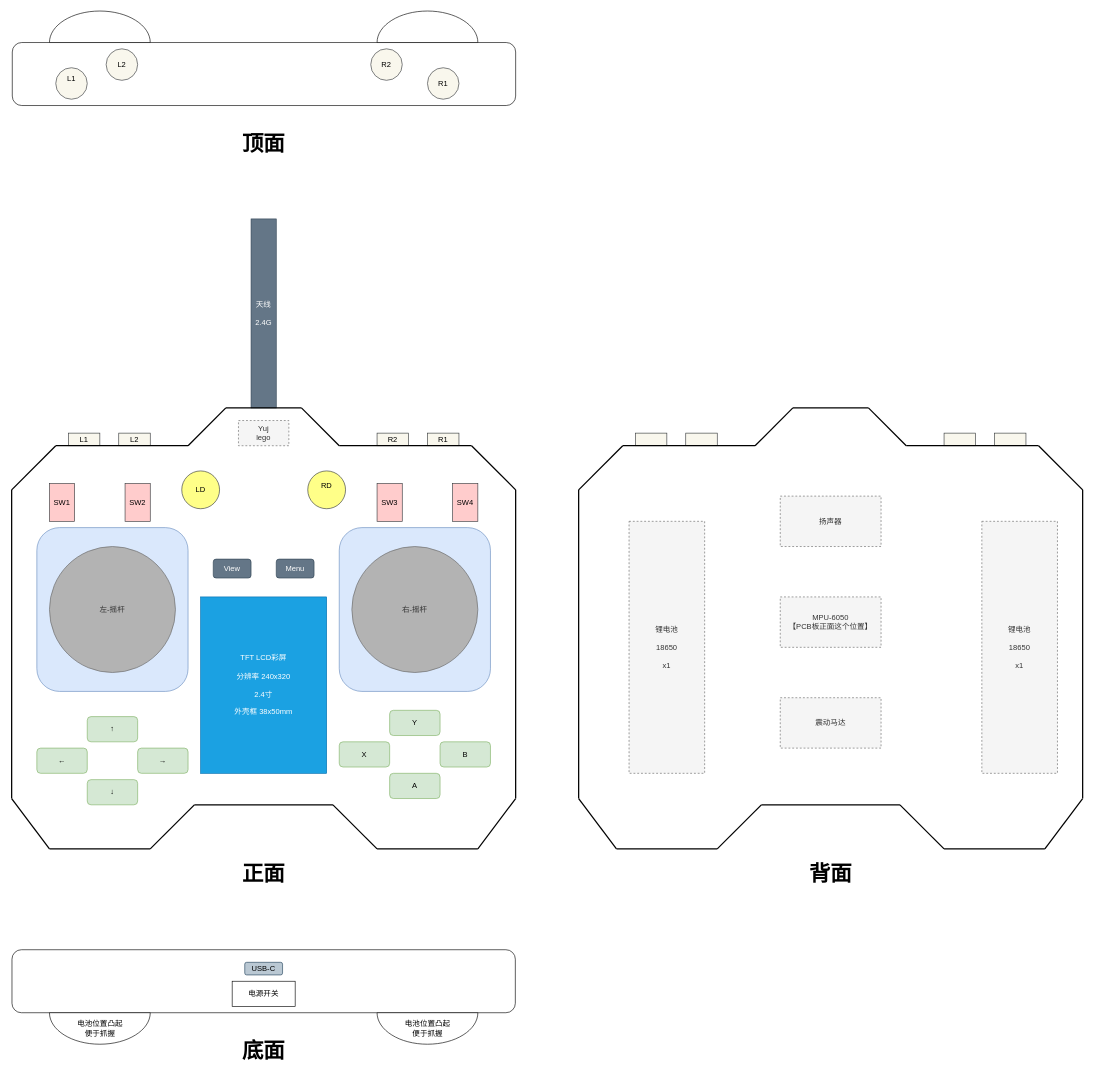
KongGeJian/yuj keeps this draw.io diagram as docs/core-外观布局.drawio. Above is the earlier version. Source tidied: cells renumbered, new cells numbered last; positions are measured from the earlier drawing's top-left corner, leaving out a move shared by most shapes. Both pictures are drawn from the tidied source at 63%, with x=0, y=0 at pixel (11, 11).
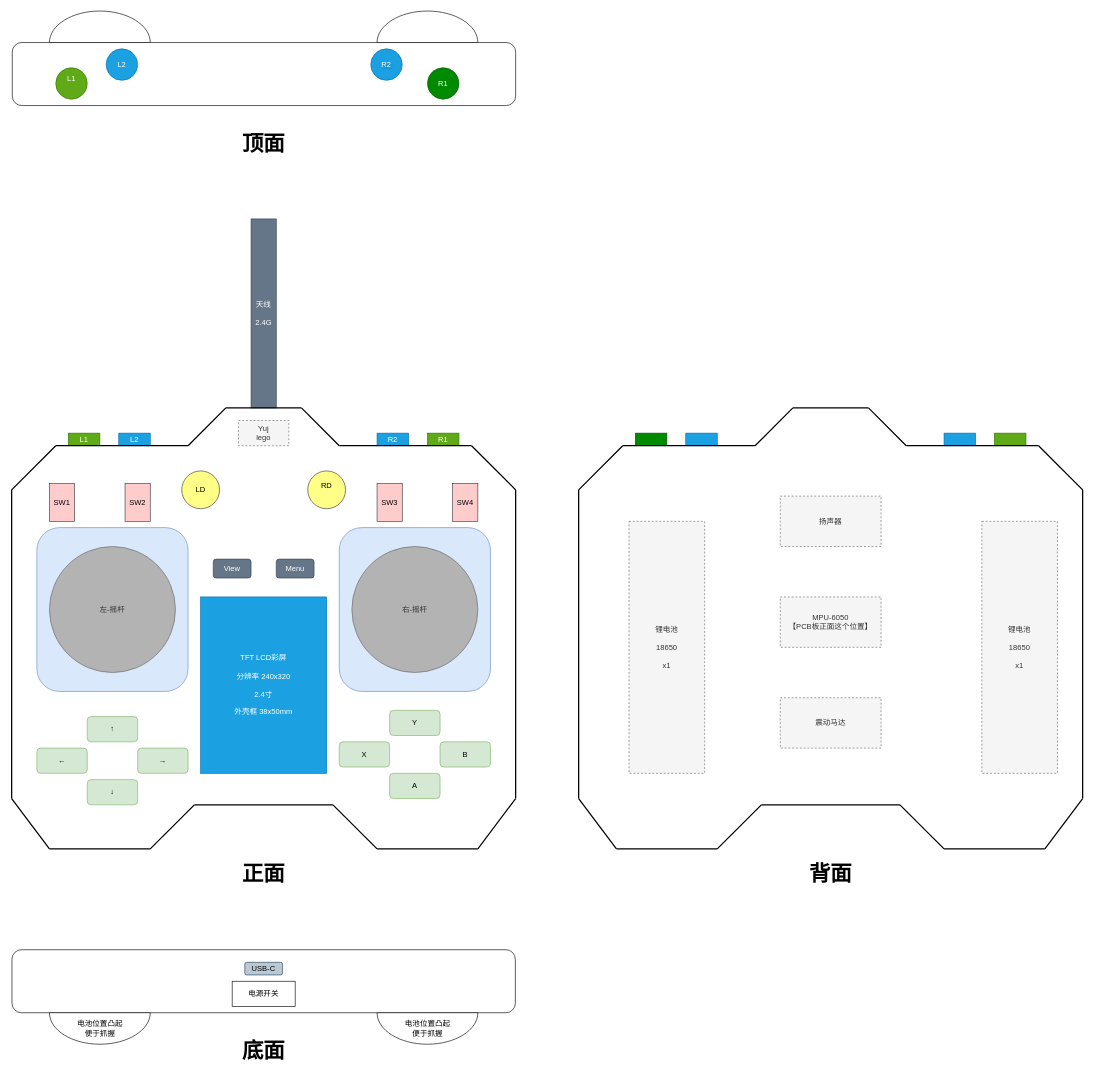
Above is the later version.

Change to the diagram source:
```diff
@@
-    <mxCell id="2" value="L1" style="rounded=0;whiteSpace=wrap;html=1;fillColor=#f9f7ed;strokeColor=#36393d;" parent="1" vertex="1">
+    <mxCell id="2" value="L1" style="rounded=0;whiteSpace=wrap;html=1;fillColor=#60a917;strokeColor=#2D7600;fontColor=#ffffff;" parent="1" vertex="1">
       <mxGeometry x="90" y="670" width="50" height="20" as="geometry" />
     </mxCell>
-    <mxCell id="3" value="L2" style="rounded=0;whiteSpace=wrap;html=1;fillColor=#f9f7ed;strokeColor=#36393d;" parent="1" vertex="1">
+    <mxCell id="3" value="L2" style="rounded=0;whiteSpace=wrap;html=1;fillColor=#1ba1e2;strokeColor=#006EAF;fontColor=#ffffff;" parent="1" vertex="1">
       <mxGeometry x="170" y="670" width="50" height="20" as="geometry" />
     </mxCell>
-    <mxCell id="4" value="R2" style="rounded=0;whiteSpace=wrap;html=1;fillColor=#f9f7ed;strokeColor=#36393d;" parent="1" vertex="1">
+    <mxCell id="4" value="R2" style="rounded=0;whiteSpace=wrap;html=1;fillColor=#1ba1e2;strokeColor=#006EAF;fontColor=#ffffff;" parent="1" vertex="1">
       <mxGeometry x="580" y="670" width="50" height="20" as="geometry" />
     </mxCell>
-    <mxCell id="5" value="R1" style="rounded=0;whiteSpace=wrap;html=1;fillColor=#f9f7ed;strokeColor=#36393d;" parent="1" vertex="1">
+    <mxCell id="5" value="R1" style="rounded=0;whiteSpace=wrap;html=1;fillColor=#60a917;strokeColor=#2D7600;fontColor=#ffffff;" parent="1" vertex="1">
       <mxGeometry x="660" y="670" width="50" height="20" as="geometry" />
     </mxCell>
@@
-    <mxCell id="46" style="rounded=0;whiteSpace=wrap;html=1;fillColor=#f9f7ed;strokeColor=#36393d;" parent="1" vertex="1">
+    <mxCell id="46" style="rounded=0;whiteSpace=wrap;html=1;fillColor=#008a00;strokeColor=#005700;fontColor=#ffffff;" parent="1" vertex="1">
       <mxGeometry x="990" y="670" width="50" height="20" as="geometry" />
     </mxCell>
-    <mxCell id="47" style="rounded=0;whiteSpace=wrap;html=1;fillColor=#f9f7ed;strokeColor=#36393d;" parent="1" vertex="1">
+    <mxCell id="47" style="rounded=0;whiteSpace=wrap;html=1;fillColor=#1ba1e2;strokeColor=#006EAF;fontColor=#ffffff;" parent="1" vertex="1">
       <mxGeometry x="1070" y="670" width="50" height="20" as="geometry" />
     </mxCell>
-    <mxCell id="48" style="rounded=0;whiteSpace=wrap;html=1;fillColor=#f9f7ed;strokeColor=#36393d;" parent="1" vertex="1">
+    <mxCell id="48" style="rounded=0;whiteSpace=wrap;html=1;fillColor=#1ba1e2;strokeColor=#006EAF;fontColor=#ffffff;" parent="1" vertex="1">
       <mxGeometry x="1480" y="670" width="50" height="20" as="geometry" />
     </mxCell>
-    <mxCell id="49" style="rounded=0;whiteSpace=wrap;html=1;fillColor=#f9f7ed;strokeColor=#36393d;" parent="1" vertex="1">
+    <mxCell id="49" style="rounded=0;whiteSpace=wrap;html=1;fillColor=#60a917;strokeColor=#2D7600;fontColor=#ffffff;" parent="1" vertex="1">
       <mxGeometry x="1560" y="670" width="50" height="20" as="geometry" />
     </mxCell>
@@
-    <mxCell id="73" value="L1&lt;div&gt;&lt;br/&gt;&lt;/div&gt;" style="ellipse;whiteSpace=wrap;html=1;shapeInside=1;fillColor=#f9f7ed;strokeColor=#36393d;" parent="1" vertex="1">
+    <mxCell id="73" value="L1&lt;div&gt;&lt;br/&gt;&lt;/div&gt;" style="ellipse;whiteSpace=wrap;html=1;shapeInside=1;fillColor=#60a917;strokeColor=#2D7600;fontColor=#ffffff;" parent="1" vertex="1">
       <mxGeometry x="70" y="90" width="50" height="50" as="geometry" />
     </mxCell>
-    <mxCell id="74" value="&lt;div&gt;L2&lt;/div&gt;" style="ellipse;whiteSpace=wrap;html=1;shapeInside=1;fillColor=#f9f7ed;strokeColor=#36393d;" parent="1" vertex="1">
+    <mxCell id="74" value="&lt;div&gt;L2&lt;/div&gt;" style="ellipse;whiteSpace=wrap;html=1;shapeInside=1;fillColor=#1ba1e2;strokeColor=#006EAF;fontColor=#ffffff;" parent="1" vertex="1">
       <mxGeometry x="150" y="60" width="50" height="50" as="geometry" />
     </mxCell>
-    <mxCell id="75" value="R2" style="ellipse;whiteSpace=wrap;html=1;shapeInside=1;fillColor=#f9f7ed;strokeColor=#36393d;" parent="1" vertex="1">
+    <mxCell id="75" value="R2" style="ellipse;whiteSpace=wrap;html=1;shapeInside=1;fillColor=#1ba1e2;strokeColor=#006EAF;fontColor=#ffffff;textShadow=1;" parent="1" vertex="1">
       <mxGeometry x="570" y="60" width="50" height="50" as="geometry" />
     </mxCell>
-    <mxCell id="76" value="R1" style="ellipse;whiteSpace=wrap;html=1;shapeInside=1;fillColor=#f9f7ed;strokeColor=#36393d;" parent="1" vertex="1">
+    <mxCell id="76" value="R1" style="ellipse;whiteSpace=wrap;html=1;shapeInside=1;fillColor=#008a00;strokeColor=#005700;fontColor=#ffffff;" parent="1" vertex="1">
       <mxGeometry x="660" y="90" width="50" height="50" as="geometry" />
     </mxCell>
```
